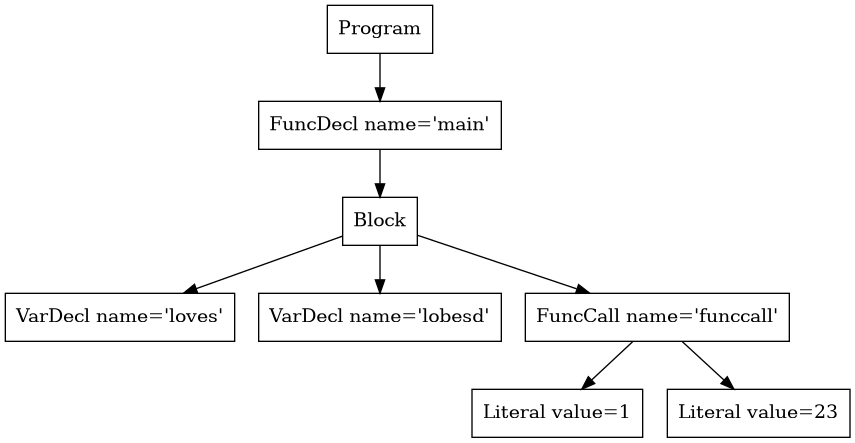
Earlier version of the Graphviz export p2-parser/tree.png (purejerome/cs432_project). Its source is kept beside it as p2-parser/tree.dot.
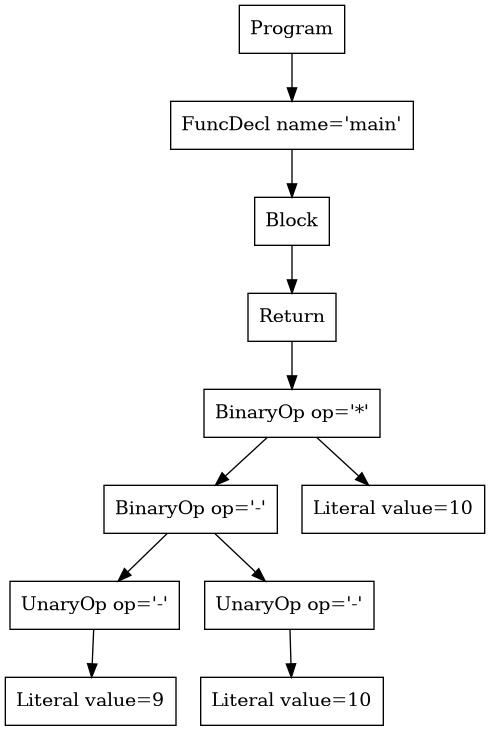
After the change.

Change to the diagram source:
```diff
@@ -1,15 +1,21 @@
 digraph AST {
-3 [shape=box, label="VarDecl name='loves'"];
-4 [shape=box, label="VarDecl name='lobesd'"];
-6 [shape=box, label="Literal value=1"];
-7 [shape=box, label="Literal value=23"];
-5 [shape=box, label="FuncCall name='funccall'"];
+7 [shape=box, label="Literal value=9"];
+6 [shape=box, label="UnaryOp op='-'"];
+6 -> 7;
+9 [shape=box, label="Literal value=10"];
+8 [shape=box, label="UnaryOp op='-'"];
+8 -> 9;
+5 [shape=box, label="BinaryOp op='-'"];
 5 -> 6;
-5 -> 7;
+5 -> 8;
+10 [shape=box, label="Literal value=10"];
+4 [shape=box, label="BinaryOp op='*'"];
+4 -> 5;
+4 -> 10;
+3 [shape=box, label="Return"];
+3 -> 4;
 2 [shape=box, label="Block"];
 2 -> 3;
-2 -> 4;
-2 -> 5;
 1 [shape=box, label="FuncDecl name='main'"];
 1 -> 2;
 0 [shape=box, label="Program"];
```
